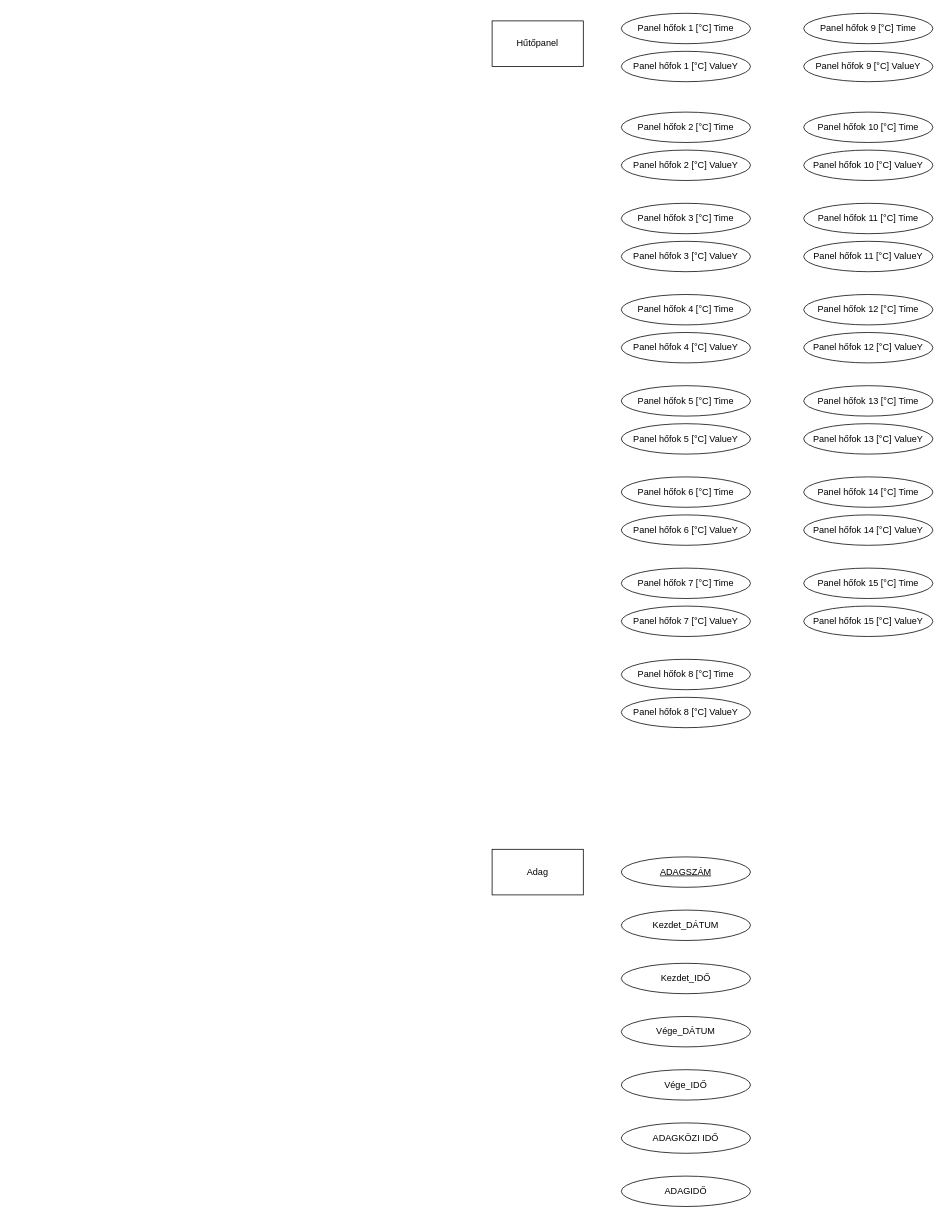
Before: DBAZIS_ER-diagram.drawio in laszloszy/SQL-projektfeladat, a draw.io diagram. Source tidied: cells renumbered, new cells numbered last; positions are measured from the earlier drawing's top-left corner, leaving out a move shared by most shapes. Both pictures are drawn from the tidied source at 76%, with x=0, y=0 at pixel (492, 13).
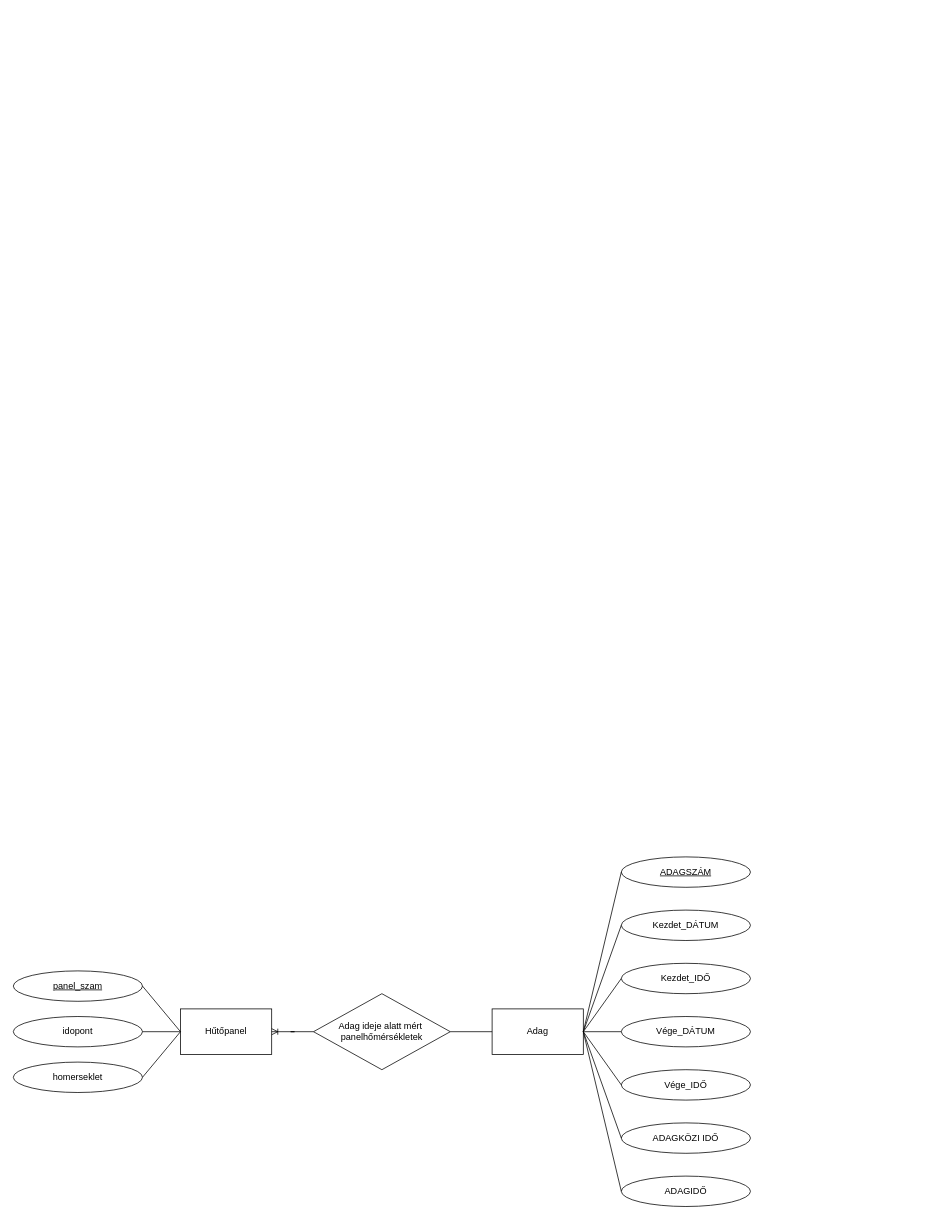
The same diagram, later.

Commit message (it also covers changes not shown here):
ER-diagram frissítve

The change refers to these unchanged cells:
```xml
<mxCell id="34" value="ADAGSZÁM" style="ellipse;whiteSpace=wrap;html=1;shapeInside=1;fontStyle=4;" parent="1" vertex="1">
  <mxGeometry x="170" y="1110" width="170" height="40" as="geometry" />
</mxCell>
<mxCell id="35" value="Kezdet_DÁTUM" style="ellipse;whiteSpace=wrap;html=1;shapeInside=1;" parent="1" vertex="1">
  <mxGeometry x="170" y="1180" width="170" height="40" as="geometry" />
</mxCell>
<mxCell id="36" value="Kezdet_IDŐ" style="ellipse;whiteSpace=wrap;html=1;shapeInside=1;" parent="1" vertex="1">
  <mxGeometry x="170" y="1250" width="170" height="40" as="geometry" />
</mxCell>
<mxCell id="37" value="Vége_DÁTUM" style="ellipse;whiteSpace=wrap;html=1;shapeInside=1;" parent="1" vertex="1">
  <mxGeometry x="170" y="1320" width="170" height="40" as="geometry" />
</mxCell>
<mxCell id="38" value="Vége_IDŐ" style="ellipse;whiteSpace=wrap;html=1;shapeInside=1;" parent="1" vertex="1">
  <mxGeometry x="170" y="1390" width="170" height="40" as="geometry" />
</mxCell>
<mxCell id="39" value="ADAGKÖZI IDŐ" style="ellipse;whiteSpace=wrap;html=1;shapeInside=1;" parent="1" vertex="1">
  <mxGeometry x="170" y="1460" width="170" height="40" as="geometry" />
</mxCell>
<mxCell id="40" value="ADAGIDŐ" style="ellipse;whiteSpace=wrap;html=1;shapeInside=1;" parent="1" vertex="1">
  <mxGeometry x="170" y="1530" width="170" height="40" as="geometry" />
</mxCell>
```

The edit, as a diff of the source:
```diff
@@
     <mxCell id="2" value="Hűtőpanel" style="rounded=0;whiteSpace=wrap;html=1;" parent="1" vertex="1">
-      <mxGeometry y="10" width="120" height="60" as="geometry" />
+      <mxGeometry x="-410" y="1310" width="120" height="60" as="geometry" />
     </mxCell>
-    <mxCell id="3" value="Panel hőfok 1 [°C] Time" style="ellipse;whiteSpace=wrap;html=1;shapeInside=1;" parent="1" vertex="1">
-      <mxGeometry x="170" width="170" height="40" as="geometry" />
-    </mxCell>
-    <mxCell id="4" value="Panel hőfok 1 [°C] ValueY" style="ellipse;whiteSpace=wrap;html=1;shapeInside=1;" parent="1" vertex="1">
-      <mxGeometry x="170" y="50" width="170" height="40" as="geometry" />
+    <mxCell id="4" value="idopont" style="ellipse;whiteSpace=wrap;html=1;shapeInside=1;" parent="1" vertex="1">
+      <mxGeometry x="-630" y="1320" width="170" height="40" as="geometry" />
     </mxCell>
-    <mxCell id="5" value="&lt;div&gt;&lt;/div&gt;Panel hőfok 2 [°C] Time" style="ellipse;whiteSpace=wrap;html=1;shapeInside=1;" parent="1" vertex="1">
-      <mxGeometry x="170" y="130" width="170" height="40" as="geometry" />
-    </mxCell>
-    <mxCell id="6" value="Panel hőfok 2 [°C] ValueY" style="ellipse;whiteSpace=wrap;html=1;shapeInside=1;" parent="1" vertex="1">
-      <mxGeometry x="170" y="180" width="170" height="40" as="geometry" />
-    </mxCell>
-    <mxCell id="7" value="Panel hőfok 3 [°C] Time" style="ellipse;whiteSpace=wrap;html=1;shapeInside=1;" parent="1" vertex="1">
-      <mxGeometry x="170" y="250" width="170" height="40" as="geometry" />
-    </mxCell>
-    <mxCell id="8" value="Panel hőfok 3 [°C] ValueY" style="ellipse;whiteSpace=wrap;html=1;shapeInside=1;" parent="1" vertex="1">
-      <mxGeometry x="170" y="300" width="170" height="40" as="geometry" />
-    </mxCell>
-    <mxCell id="9" value="Panel hőfok 4 [°C] Time" style="ellipse;whiteSpace=wrap;html=1;shapeInside=1;" parent="1" vertex="1">
-      <mxGeometry x="170" y="370" width="170" height="40" as="geometry" />
-    </mxCell>
-    <mxCell id="10" value="Panel hőfok 4 [°C] ValueY" style="ellipse;whiteSpace=wrap;html=1;shapeInside=1;" parent="1" vertex="1">
-      <mxGeometry x="170" y="420" width="170" height="40" as="geometry" />
-    </mxCell>
-    <mxCell id="11" value="Panel hőfok 5 [°C] Time" style="ellipse;whiteSpace=wrap;html=1;shapeInside=1;" parent="1" vertex="1">
-      <mxGeometry x="170" y="490" width="170" height="40" as="geometry" />
-    </mxCell>
-    <mxCell id="12" value="Panel hőfok 5 [°C] ValueY" style="ellipse;whiteSpace=wrap;html=1;shapeInside=1;" parent="1" vertex="1">
-      <mxGeometry x="170" y="540" width="170" height="40" as="geometry" />
-    </mxCell>
-    <mxCell id="13" value="Panel hőfok 6 [°C] Time" style="ellipse;whiteSpace=wrap;html=1;shapeInside=1;" parent="1" vertex="1">
-      <mxGeometry x="170" y="610" width="170" height="40" as="geometry" />
-    </mxCell>
-    <mxCell id="14" value="Panel hőfok 6 [°C] ValueY" style="ellipse;whiteSpace=wrap;html=1;shapeInside=1;" parent="1" vertex="1">
-      <mxGeometry x="170" y="660" width="170" height="40" as="geometry" />
-    </mxCell>
-    <mxCell id="15" value="Panel hőfok 7 [°C] Time" style="ellipse;whiteSpace=wrap;html=1;shapeInside=1;" parent="1" vertex="1">
-      <mxGeometry x="170" y="730" width="170" height="40" as="geometry" />
-    </mxCell>
-    <mxCell id="16" value="Panel hőfok 7 [°C] ValueY" style="ellipse;whiteSpace=wrap;html=1;shapeInside=1;" parent="1" vertex="1">
-      <mxGeometry x="170" y="780" width="170" height="40" as="geometry" />
-    </mxCell>
-    <mxCell id="17" value="Panel hőfok 8 [°C] Time" style="ellipse;whiteSpace=wrap;html=1;shapeInside=1;" parent="1" vertex="1">
-      <mxGeometry x="170" y="850" width="170" height="40" as="geometry" />
-    </mxCell>
-    <mxCell id="18" value="Panel hőfok 8 [°C] ValueY" style="ellipse;whiteSpace=wrap;html=1;shapeInside=1;" parent="1" vertex="1">
-      <mxGeometry x="170" y="900" width="170" height="40" as="geometry" />
-    </mxCell>
-    <mxCell id="19" value="Panel hőfok 9 [°C] Time" style="ellipse;whiteSpace=wrap;html=1;shapeInside=1;" parent="1" vertex="1">
-      <mxGeometry x="410" width="170" height="40" as="geometry" />
-    </mxCell>
-    <mxCell id="20" value="Panel hőfok 9 [°C] ValueY" style="ellipse;whiteSpace=wrap;html=1;shapeInside=1;" parent="1" vertex="1">
-      <mxGeometry x="410" y="50" width="170" height="40" as="geometry" />
-    </mxCell>
-    <mxCell id="21" value="Panel hőfok 10 [°C] Time" style="ellipse;whiteSpace=wrap;html=1;shapeInside=1;" parent="1" vertex="1">
-      <mxGeometry x="410" y="130" width="170" height="40" as="geometry" />
-    </mxCell>
-    <mxCell id="22" value="Panel hőfok 10 [°C] ValueY" style="ellipse;whiteSpace=wrap;html=1;shapeInside=1;" parent="1" vertex="1">
-      <mxGeometry x="410" y="180" width="170" height="40" as="geometry" />
-    </mxCell>
-    <mxCell id="23" value="Panel hőfok 11 [°C] Time" style="ellipse;whiteSpace=wrap;html=1;shapeInside=1;" parent="1" vertex="1">
-      <mxGeometry x="410" y="250" width="170" height="40" as="geometry" />
-    </mxCell>
-    <mxCell id="24" value="Panel hőfok 11 [°C] ValueY" style="ellipse;whiteSpace=wrap;html=1;shapeInside=1;" parent="1" vertex="1">
-      <mxGeometry x="410" y="300" width="170" height="40" as="geometry" />
-    </mxCell>
-    <mxCell id="25" value="Panel hőfok 12 [°C] Time" style="ellipse;whiteSpace=wrap;html=1;shapeInside=1;" parent="1" vertex="1">
-      <mxGeometry x="410" y="370" width="170" height="40" as="geometry" />
-    </mxCell>
-    <mxCell id="26" value="Panel hőfok 12 [°C] ValueY" style="ellipse;whiteSpace=wrap;html=1;shapeInside=1;" parent="1" vertex="1">
-      <mxGeometry x="410" y="420" width="170" height="40" as="geometry" />
-    </mxCell>
-    <mxCell id="27" value="Panel hőfok 13 [°C] Time" style="ellipse;whiteSpace=wrap;html=1;shapeInside=1;" parent="1" vertex="1">
-      <mxGeometry x="410" y="490" width="170" height="40" as="geometry" />
-    </mxCell>
-    <mxCell id="28" value="Panel hőfok 13 [°C] ValueY" style="ellipse;whiteSpace=wrap;html=1;shapeInside=1;" parent="1" vertex="1">
-      <mxGeometry x="410" y="540" width="170" height="40" as="geometry" />
-    </mxCell>
-    <mxCell id="29" value="Panel hőfok 14 [°C] Time" style="ellipse;whiteSpace=wrap;html=1;shapeInside=1;" parent="1" vertex="1">
-      <mxGeometry x="410" y="610" width="170" height="40" as="geometry" />
-    </mxCell>
-    <mxCell id="30" value="Panel hőfok 14 [°C] ValueY" style="ellipse;whiteSpace=wrap;html=1;shapeInside=1;" parent="1" vertex="1">
-      <mxGeometry x="410" y="660" width="170" height="40" as="geometry" />
-    </mxCell>
-    <mxCell id="31" value="Panel hőfok 15 [°C] Time" style="ellipse;whiteSpace=wrap;html=1;shapeInside=1;" parent="1" vertex="1">
-      <mxGeometry x="410" y="730" width="170" height="40" as="geometry" />
-    </mxCell>
-    <mxCell id="32" value="Panel hőfok 15 [°C] ValueY" style="ellipse;whiteSpace=wrap;html=1;shapeInside=1;" parent="1" vertex="1">
-      <mxGeometry x="410" y="780" width="170" height="40" as="geometry" />
-    </mxCell>
     <mxCell id="33" value="Adag" style="rounded=0;whiteSpace=wrap;html=1;" parent="1" vertex="1">
-      <mxGeometry y="1100" width="120" height="60" as="geometry" />
+      <mxGeometry y="1310" width="120" height="60" as="geometry" />
     </mxCell>
@@
+    <mxCell id="41" value="homerseklet" style="ellipse;whiteSpace=wrap;html=1;shapeInside=1;" parent="1" vertex="1">
+      <mxGeometry x="-630" y="1380" width="170" height="40" as="geometry" />
+    </mxCell>
+    <mxCell id="42" value="panel_szam" style="ellipse;whiteSpace=wrap;html=1;shapeInside=1;fontStyle=4;" parent="1" vertex="1">
+      <mxGeometry x="-630" y="1260" width="170" height="40" as="geometry" />
+    </mxCell>
+    <mxCell id="43" style="endArrow=none;html=1;rounded=0;defaultLabelBackgroundColor=page;entryX=1;entryY=0.5;entryDx=0;entryDy=0;exitX=0;exitY=0.5;exitDx=0;exitDy=0;" parent="1" edge="1" source="2" target="42">
+      <mxGeometry relative="1" as="geometry" />
+    </mxCell>
+    <mxCell id="44" style="endArrow=none;html=1;rounded=0;defaultLabelBackgroundColor=page;entryX=1;entryY=0.5;entryDx=0;entryDy=0;exitX=0;exitY=0.5;exitDx=0;exitDy=0;" parent="1" edge="1" source="2" target="4">
+      <mxGeometry relative="1" as="geometry" />
+    </mxCell>
+    <mxCell id="45" style="endArrow=none;html=1;rounded=0;defaultLabelBackgroundColor=page;entryX=1;entryY=0.5;entryDx=0;entryDy=0;exitX=0;exitY=0.5;exitDx=0;exitDy=0;" parent="1" edge="1" source="2" target="41">
+      <mxGeometry relative="1" as="geometry" />
+    </mxCell>
+    <mxCell id="46" style="endArrow=none;html=1;rounded=0;defaultLabelBackgroundColor=page;entryX=0;entryY=0.5;entryDx=0;entryDy=0;exitX=1;exitY=0.5;exitDx=0;exitDy=0;" parent="1" edge="1" source="33" target="34">
+      <mxGeometry relative="1" as="geometry" />
+    </mxCell>
+    <mxCell id="47" style="endArrow=none;html=1;rounded=0;defaultLabelBackgroundColor=page;entryX=0;entryY=0.5;entryDx=0;entryDy=0;exitX=1;exitY=0.5;exitDx=0;exitDy=0;" parent="1" edge="1" source="33" target="35">
+      <mxGeometry relative="1" as="geometry" />
+    </mxCell>
+    <mxCell id="48" style="endArrow=none;html=1;rounded=0;defaultLabelBackgroundColor=page;entryX=0;entryY=0.5;entryDx=0;entryDy=0;exitX=1;exitY=0.5;exitDx=0;exitDy=0;" parent="1" edge="1" source="33" target="36">
+      <mxGeometry relative="1" as="geometry" />
+    </mxCell>
+    <mxCell id="49" style="endArrow=none;html=1;rounded=0;defaultLabelBackgroundColor=page;entryX=0;entryY=0.5;entryDx=0;entryDy=0;exitX=1;exitY=0.5;exitDx=0;exitDy=0;" parent="1" edge="1" source="33" target="37">
+      <mxGeometry relative="1" as="geometry" />
+    </mxCell>
+    <mxCell id="50" style="endArrow=none;html=1;rounded=0;defaultLabelBackgroundColor=page;entryX=0;entryY=0.5;entryDx=0;entryDy=0;exitX=1;exitY=0.5;exitDx=0;exitDy=0;" parent="1" edge="1" source="33" target="38">
+      <mxGeometry relative="1" as="geometry" />
+    </mxCell>
+    <mxCell id="51" style="endArrow=none;html=1;rounded=0;defaultLabelBackgroundColor=page;entryX=0;entryY=0.5;entryDx=0;entryDy=0;exitX=1;exitY=0.5;exitDx=0;exitDy=0;" parent="1" edge="1" source="33" target="39">
+      <mxGeometry relative="1" as="geometry" />
+    </mxCell>
+    <mxCell id="52" style="endArrow=none;html=1;rounded=0;defaultLabelBackgroundColor=page;entryX=0;entryY=0.5;entryDx=0;entryDy=0;exitX=1;exitY=0.5;exitDx=0;exitDy=0;" parent="1" edge="1" source="33" target="40">
+      <mxGeometry relative="1" as="geometry" />
+    </mxCell>
+    <mxCell id="53" value="Adag ideje alatt mért&amp;nbsp;&lt;div&gt;panelhőmérsékletek&lt;/div&gt;" style="shape=rhombus;perimeter=rhombusPerimeter;whiteSpace=wrap;html=1;align=center;" parent="1" vertex="1">
+      <mxGeometry x="-235" y="1290" width="180" height="100" as="geometry" />
+    </mxCell>
+    <mxCell id="54" style="endArrow=none;html=1;rounded=0;defaultLabelBackgroundColor=page;entryX=0;entryY=0.5;entryDx=0;entryDy=0;exitX=1;exitY=0.5;exitDx=0;exitDy=0;" parent="1" edge="1" source="53" target="33">
+      <mxGeometry relative="1" as="geometry" />
+    </mxCell>
+    <mxCell id="55" style="edgeStyle=entityRelationEdgeStyle;fontSize=12;html=1;endArrow=ERoneToMany;rounded=0;defaultLabelBackgroundColor=page;exitX=0;exitY=0.5;exitDx=0;exitDy=0;" parent="1" edge="1" source="53" target="2">
+      <mxGeometry relative="1" as="geometry" />
+    </mxCell>
```
